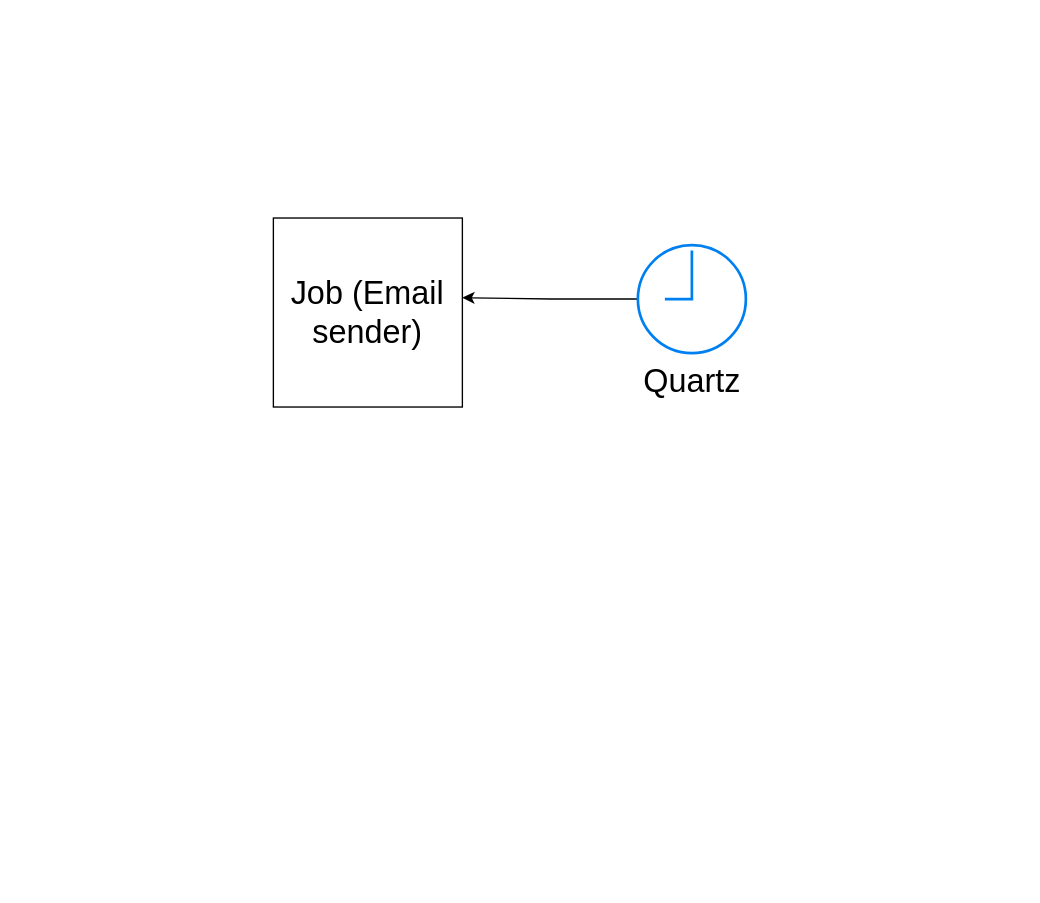
Before: Untitled Diagram.drawio in ub-techn/AutomaticEmailSender, a draw.io diagram. Source tidied: cells renumbered, new cells numbered last; positions are measured from the earlier drawing's top-left corner, leaving out a move shared by most shapes. Both pictures are drawn from the tidied source at 135%, with x=0, y=0 at pixel (273, 217).
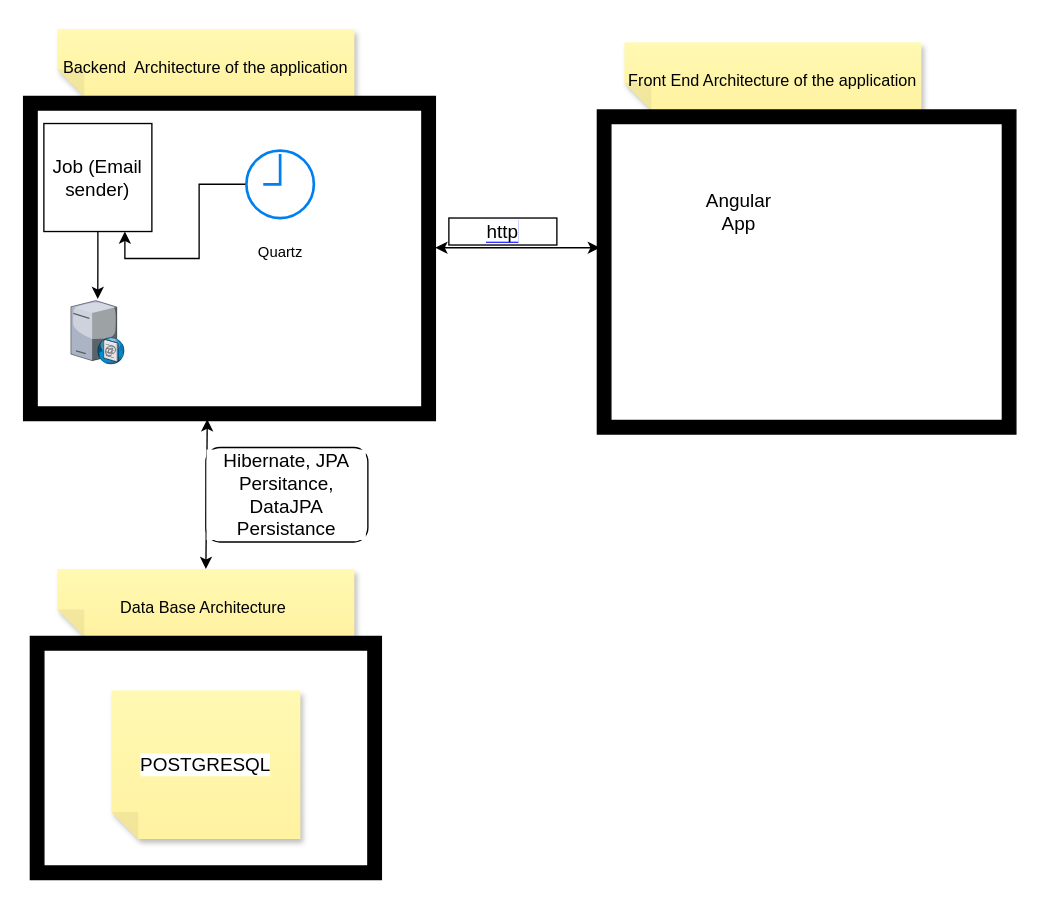
The same diagram, later.

Change to the diagram source:
```diff
@@
+    <mxCell id="5" style="edgeStyle=orthogonalEdgeStyle;rounded=0;jettySize=auto;html=1;exitX=0.5;exitY=1;exitDx=0;exitDy=0;fontSize=24;" parent="1" edge="1" source="2" target="6">
+      <mxGeometry relative="1" as="geometry" />
+    </mxCell>
-    <mxCell id="2" value="&lt;span style=&quot;font-size: 24px;&quot;&gt;Job (Email sender)&lt;/span&gt;" style="whiteSpace=wrap;html=1;" parent="1" vertex="1">
-      <mxGeometry width="140" height="140" as="geometry" />
+    <mxCell id="2" value="&lt;font style=&quot;font-size: 14px;&quot;&gt;Job (Email sender)&lt;/font&gt;" style="whiteSpace=wrap;html=1;" parent="1" vertex="1">
+      <mxGeometry x="-170" y="-70" width="80" height="80" as="geometry" />
     </mxCell>
-    <mxCell id="3" style="edgeStyle=orthogonalEdgeStyle;rounded=0;jettySize=auto;html=1;fontSize=24;" parent="1" edge="1" source="4">
-      <mxGeometry relative="1" as="geometry">
-        <mxPoint x="140" y="59" as="targetPoint" />
-      </mxGeometry>
+    <mxCell id="3" style="edgeStyle=orthogonalEdgeStyle;rounded=0;jettySize=auto;html=1;fontSize=24;entryX=0.75;entryY=1;entryDx=0;entryDy=0;" parent="1" edge="1" source="4" target="2">
+      <mxGeometry relative="1" as="geometry" />
     </mxCell>
-    <mxCell id="4" value="Quartz" style="html=1;verticalLabelPosition=bottom;align=center;labelBackgroundColor=#ffffff;verticalAlign=top;strokeWidth=2;strokeColor=#0080F0;shadow=0;dashed=0;shape=mxgraph.ios7.icons.clock;fontSize=24;" parent="1" vertex="1">
-      <mxGeometry x="270" y="20" width="80" height="80" as="geometry" />
+    <mxCell id="4" value="&lt;font style=&quot;font-size: 11px;&quot;&gt;Quartz&lt;/font&gt;" style="html=1;verticalLabelPosition=bottom;align=center;labelBackgroundColor=#ffffff;verticalAlign=top;strokeWidth=2;strokeColor=#0080F0;shadow=0;dashed=0;shape=mxgraph.ios7.icons.clock;fontSize=24;" parent="1" vertex="1">
+      <mxGeometry x="-20" y="-50" width="50" height="50" as="geometry" />
     </mxCell>
+    <mxCell id="6" style="verticalLabelPosition=bottom;sketch=0;html=1;verticalAlign=top;strokeColor=none;align=center;outlineConnect=0;shape=mxgraph.citrix.smtp_server;fontSize=24;" parent="1" vertex="1">
+      <mxGeometry x="-150" y="60" width="39.8" height="48.2" as="geometry" />
+    </mxCell>
+    <mxCell id="7" value="&lt;font style=&quot;font-size: 12px;&quot;&gt;Backend&amp;nbsp; Architecture of the application&lt;/font&gt;" style="shape=note;whiteSpace=wrap;html=1;backgroundOutline=1;fontColor=#000000;darkOpacity=0.05;fillColor=#FFF9B2;strokeColor=none;fillStyle=solid;direction=west;gradientDirection=north;gradientColor=#FFF2A1;shadow=1;size=20;fontSize=24;" parent="1" vertex="1">
+      <mxGeometry x="-160" y="-140" width="220" height="50" as="geometry" />
+    </mxCell>
+    <mxCell id="8" value="&lt;h4&gt;&lt;br&gt;&lt;/h4&gt;" style="verticalLabelPosition=bottom;html=1;verticalAlign=top;align=center;shape=mxgraph.floorplan.room;fillColor=strokeColor;fontSize=24;" parent="1" vertex="1">
+      <mxGeometry x="-185" y="-90" width="305" height="240" as="geometry" />
+    </mxCell>
+    <mxCell id="9" value="&lt;font style=&quot;font-size: 12px;&quot;&gt;Front End Architecture of the application&lt;/font&gt;" style="shape=note;whiteSpace=wrap;html=1;backgroundOutline=1;fontColor=#000000;darkOpacity=0.05;fillColor=#FFF9B2;strokeColor=none;fillStyle=solid;direction=west;gradientDirection=north;gradientColor=#FFF2A1;shadow=1;size=20;fontSize=24;" parent="1" vertex="1">
+      <mxGeometry x="260" y="-130" width="220" height="50" as="geometry" />
+    </mxCell>
+    <mxCell id="10" style="verticalLabelPosition=bottom;html=1;verticalAlign=top;align=center;shape=mxgraph.floorplan.room;fillColor=strokeColor;labelBackgroundColor=#3333FF;fontSize=14;" parent="1" vertex="1">
+      <mxGeometry x="240" y="-80" width="310" height="240" as="geometry" />
+    </mxCell>
+    <mxCell id="11" value="&lt;span style=&quot;background-color: rgb(255, 255, 255);&quot;&gt;http&lt;/span&gt;" style="whiteSpace=wrap;html=1;labelBackgroundColor=#3333FF;fontSize=14;" parent="1" vertex="1">
+      <mxGeometry x="130" width="80" height="20" as="geometry" />
+    </mxCell>
+    <mxCell id="12" style="endArrow=classic;startArrow=classic;html=1;rounded=0;fontSize=14;entryX=0.006;entryY=0.425;entryDx=0;entryDy=0;entryPerimeter=0;" parent="1" edge="1" target="10">
+      <mxGeometry relative="1" as="geometry">
+        <mxPoint x="120" y="22" as="sourcePoint" />
+      </mxGeometry>
+    </mxCell>
+    <mxCell id="13" value="Angular App" style="text;strokeColor=none;align=center;fillColor=none;html=1;verticalAlign=middle;whiteSpace=wrap;rounded=0;fontSize=14;" parent="1" vertex="1">
+      <mxGeometry x="310" y="-30" width="70" height="50" as="geometry" />
+    </mxCell>
+    <mxCell id="14" value="&lt;font style=&quot;font-size: 12px;&quot;&gt;Data Base Architecture&amp;nbsp;&lt;/font&gt;" style="shape=note;whiteSpace=wrap;html=1;backgroundOutline=1;fontColor=#000000;darkOpacity=0.05;fillColor=#FFF9B2;strokeColor=none;fillStyle=solid;direction=west;gradientDirection=north;gradientColor=#FFF2A1;shadow=1;size=20;fontSize=24;" parent="1" vertex="1">
+      <mxGeometry x="-160" y="260" width="220" height="50" as="geometry" />
+    </mxCell>
+    <mxCell id="15" style="verticalLabelPosition=bottom;html=1;verticalAlign=top;align=center;shape=mxgraph.floorplan.room;fillColor=strokeColor;labelBackgroundColor=#3333FF;fontSize=14;" parent="1" vertex="1">
+      <mxGeometry x="-180" y="310" width="260" height="180" as="geometry" />
+    </mxCell>
+    <mxCell id="16" value="POSTGRESQL" style="shape=note;whiteSpace=wrap;html=1;backgroundOutline=1;fontColor=#000000;darkOpacity=0.05;fillColor=#FFF9B2;strokeColor=none;fillStyle=solid;direction=west;gradientDirection=north;gradientColor=#FFF2A1;shadow=1;size=20;labelBackgroundColor=#FFFFFF;fontSize=14;" parent="1" vertex="1">
+      <mxGeometry x="-120" y="350" width="140" height="110" as="geometry" />
+    </mxCell>
+    <mxCell id="17" style="endArrow=classic;startArrow=classic;html=1;rounded=0;fontSize=14;entryX=0.446;entryY=0.996;entryDx=0;entryDy=0;entryPerimeter=0;" parent="1" edge="1" target="8">
+      <mxGeometry relative="1" as="geometry">
+        <mxPoint x="-50" y="260" as="sourcePoint" />
+      </mxGeometry>
+    </mxCell>
+    <mxCell id="18" value="Hibernate, JPA Persitance, DataJPA Persistance" style="rounded=1;whiteSpace=wrap;html=1;labelBackgroundColor=#FFFFFF;fontSize=14;" parent="1" vertex="1">
+      <mxGeometry x="-50" y="170" width="120" height="70" as="geometry" />
+    </mxCell>
```
